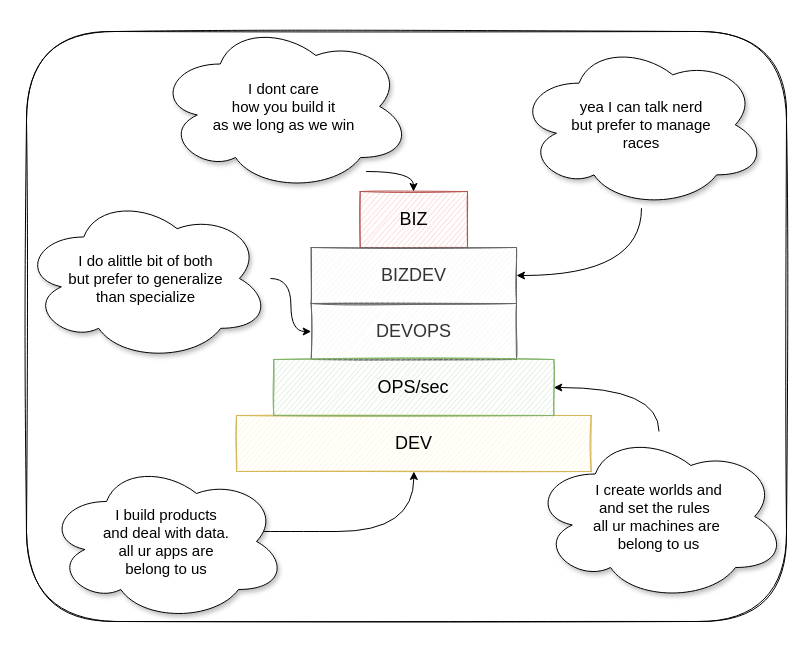
This is page "raceteam" (4 of 5) of images/racexp.drawio from nirv-ai/racexp, a draw.io file, before an edit. Source tidied: cells renumbered, new cells numbered last; positions are measured from the earlier drawing's top-left corner, leaving out a move shared by most shapes. Both pictures are drawn from the tidied source at 100%, with x=0, y=0 at pixel (21, 21).
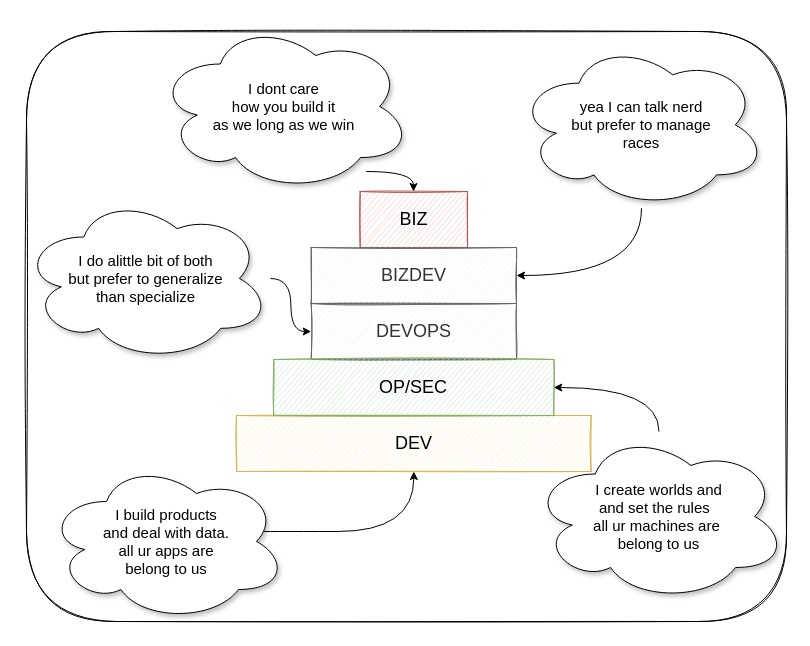
Above is the later version.

Unchanged cells that the change refers to:
```xml
<mxCell id="3" style="group;" parent="1" vertex="1">
  <mxGeometry x="215" y="170" width="354.7" height="280" as="geometry" />
</mxCell>
```

The edit, as a diff of the source:
```diff
@@
-    <mxCell id="7" value="OPS/sec" style="rounded=0;whiteSpace=wrap;html=1;sketch=1;fontSize=18;fillColor=#d5e8d4;strokeColor=#82b366;" parent="3" vertex="1">
+    <mxCell id="7" value="OP/SEC" style="rounded=0;whiteSpace=wrap;html=1;sketch=1;fontSize=18;fillColor=#d5e8d4;strokeColor=#82b366;" parent="3" vertex="1">
       <mxGeometry x="37.3" y="168" width="280" height="56" as="geometry" />
     </mxCell>
```
